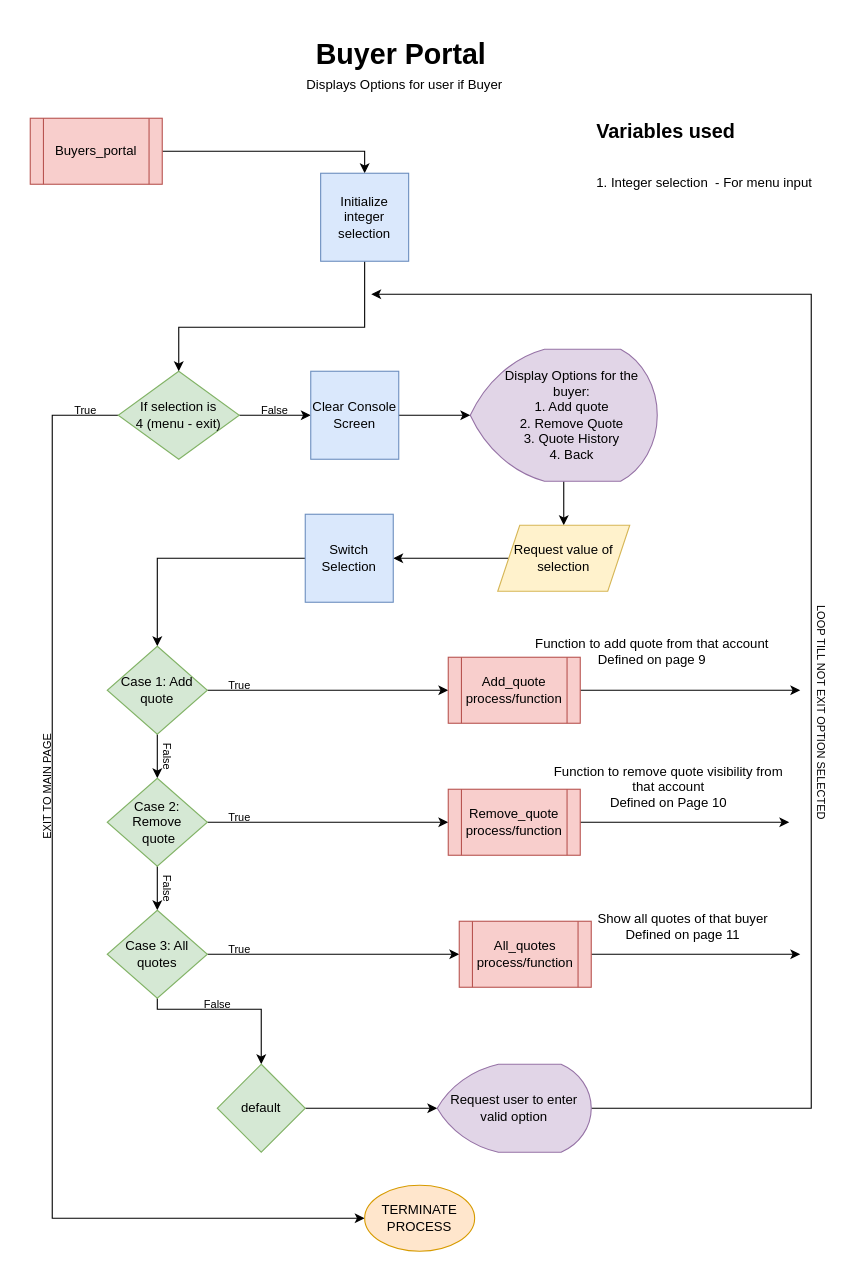
dhruvbanerjee77/FARMHOUSE-A-Marketing-Portal keeps this draw.io diagram as Flow Charts/7. Buyers_portal.drawio. Above is the earlier version. Source tidied: cells renumbered, new cells numbered last; positions are measured from the earlier drawing's top-left corner, leaving out a move shared by most shapes. Both pictures are drawn from the tidied source at 110%, with x=0, y=0 at pixel (-20, 30).
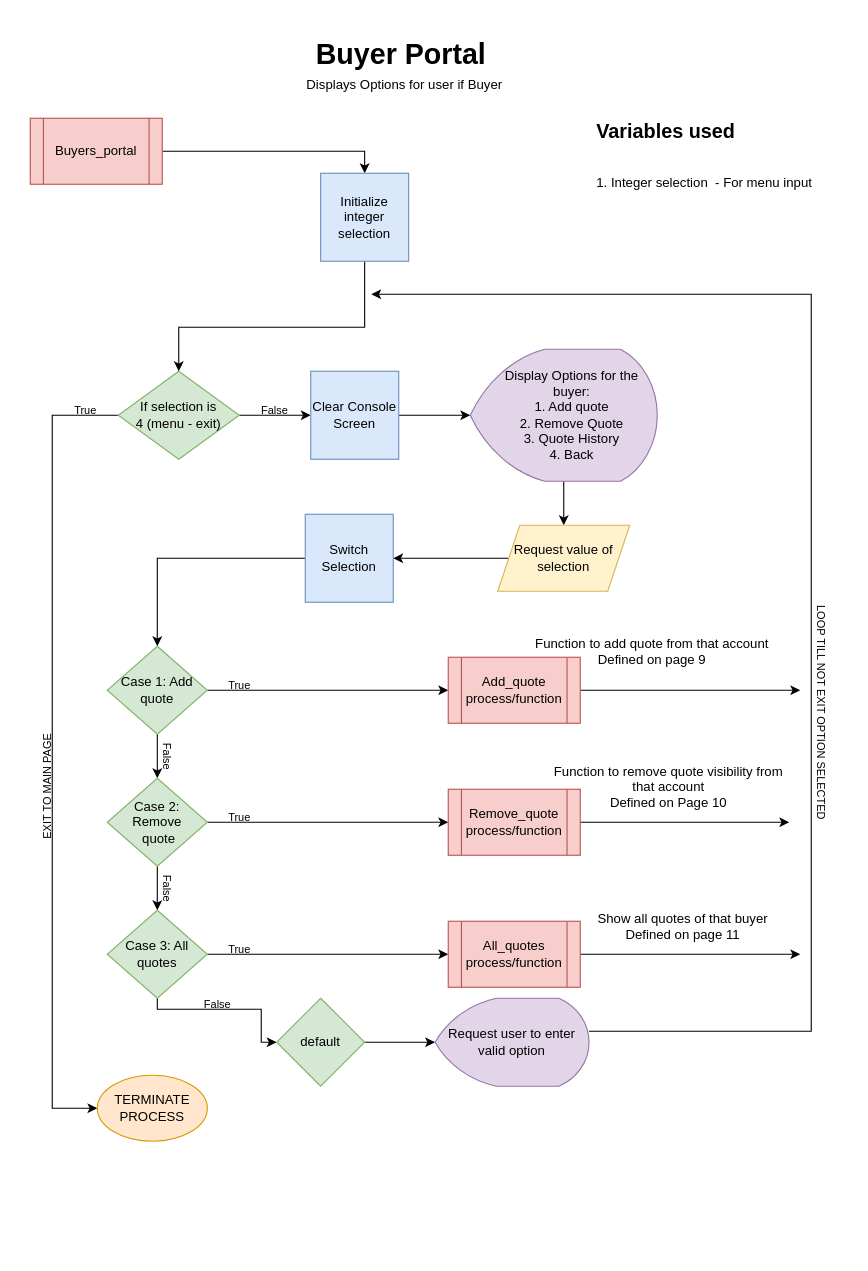
Above is the later version.

Unchanged cells that the change refers to:
```xml
<mxCell id="6" value="If selection is 4 (menu - exit)" style="rhombus;whiteSpace=wrap;html=1;spacingLeft=15;spacingRight=15;fillColor=#d5e8d4;strokeColor=#82b366;" parent="1" vertex="1">
  <mxGeometry x="125" y="310" width="110" height="80" as="geometry" />
</mxCell>
<mxCell id="25" value="Case 3: All quotes" style="rhombus;whiteSpace=wrap;html=1;strokeWidth=1;fillColor=#d5e8d4;strokeColor=#82b366;" parent="1" vertex="1">
  <mxGeometry x="115" y="800" width="91" height="80" as="geometry" />
</mxCell>
```

What changed in the source:
```diff
@@
     <mxCell id="5" style="edgeStyle=orthogonalEdgeStyle;rounded=0;jettySize=auto;html=1;entryX=0;entryY=0.5;entryDx=0;entryDy=0;entryPerimeter=0;fontSize=26;" parent="1" edge="1" source="6" target="36">
       <mxGeometry relative="1" as="geometry">
         <Array as="points">
           <mxPoint x="65" y="350" />
-          <mxPoint x="65" y="1080" />
+          <mxPoint x="65" y="980" />
         </Array>
       </mxGeometry>
     </mxCell>
@@
-    <mxCell id="24" style="edgeStyle=orthogonalEdgeStyle;rounded=0;jettySize=auto;html=1;entryX=0.5;entryY=0;entryDx=0;entryDy=0;labelBackgroundColor=none;" parent="1" edge="1" source="25" target="33">
+    <mxCell id="24" style="edgeStyle=orthogonalEdgeStyle;rounded=0;jettySize=auto;html=1;entryX=0;entryY=0.5;entryDx=0;entryDy=0;labelBackgroundColor=none;" parent="1" edge="1" source="25" target="33">
       <mxGeometry relative="1" as="geometry">
         <Array as="points">
           <mxPoint x="160" y="890" />
           <mxPoint x="255" y="890" />
+          <mxPoint x="255" y="920" />
         </Array>
       </mxGeometry>
     </mxCell>
@@
     <mxCell id="31" value="All_quotes&lt;br&gt;process/function" style="shape=process;whiteSpace=wrap;html=1;backgroundOutline=1;strokeWidth=1;fillColor=#f8cecc;strokeColor=#b85450;" parent="1" vertex="1">
-      <mxGeometry x="435" y="810" width="120" height="60" as="geometry" />
+      <mxGeometry x="425" y="810" width="120" height="60" as="geometry" />
     </mxCell>
@@
     <mxCell id="33" value="default" style="rhombus;whiteSpace=wrap;html=1;strokeWidth=1;fillColor=#d5e8d4;strokeColor=#82b366;" parent="1" vertex="1">
-      <mxGeometry x="215" y="940" width="80" height="80" as="geometry" />
+      <mxGeometry x="269" y="880" width="80" height="80" as="geometry" />
     </mxCell>
     <mxCell id="34" style="edgeStyle=orthogonalEdgeStyle;rounded=0;jettySize=auto;html=1;labelBackgroundColor=none;" parent="1" edge="1" source="35">
       <mxGeometry relative="1" as="geometry">
         <mxPoint x="355" y="240" as="targetPoint" />
         <Array as="points">
-          <mxPoint x="755" y="980" />
+          <mxPoint x="483" y="910" />
+          <mxPoint x="755" y="910" />
           <mxPoint x="755" y="240" />
-          <mxPoint x="355" y="240" />
         </Array>
       </mxGeometry>
     </mxCell>
     <mxCell id="35" value="Request user to enter valid option" style="strokeWidth=1;html=1;shape=mxgraph.flowchart.display;whiteSpace=wrap;fillColor=#e1d5e7;strokeColor=#9673a6;" parent="1" vertex="1">
-      <mxGeometry x="415" y="940" width="140" height="80" as="geometry" />
+      <mxGeometry x="413" y="880" width="140" height="80" as="geometry" />
     </mxCell>
     <mxCell id="36" value="TERMINATE PROCESS" style="strokeWidth=1;html=1;shape=mxgraph.flowchart.start_1;whiteSpace=wrap;fillColor=#ffe6cc;strokeColor=#d79b00;" parent="1" vertex="1">
-      <mxGeometry x="349" y="1050" width="100" height="60" as="geometry" />
+      <mxGeometry x="106" y="950" width="100" height="60" as="geometry" />
     </mxCell>
```
